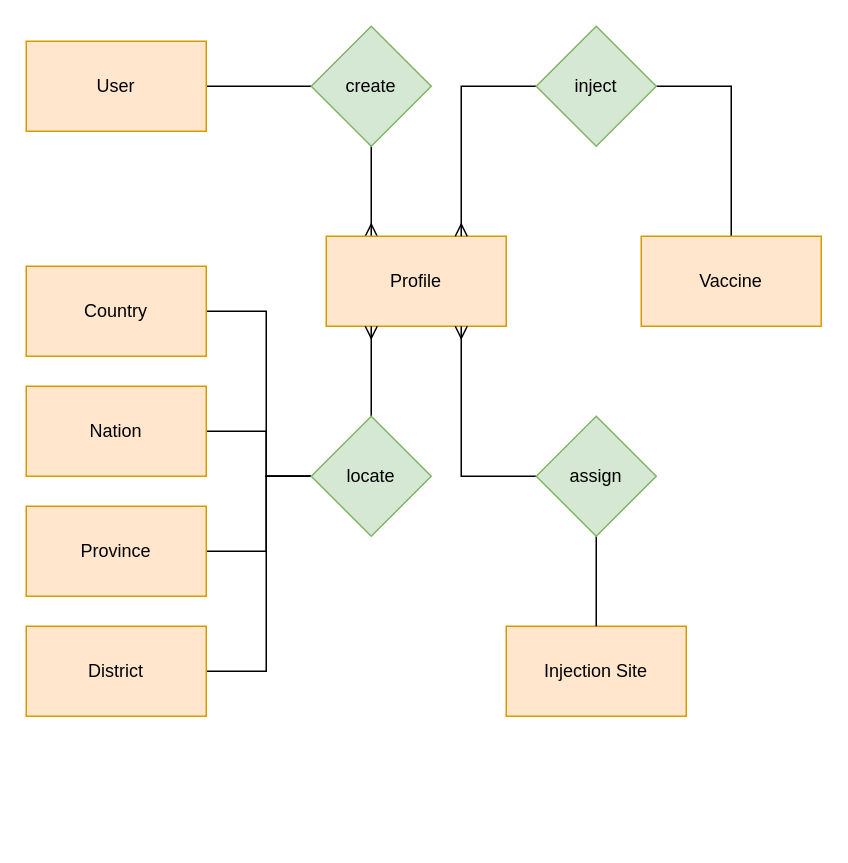
The draw.io diagram page "ERD" (2 of 4) of docs/design.drawio in censodev/aptech_prj600, before the edit. Source tidied: cells renumbered, new cells numbered last; positions are measured from the earlier drawing's top-left corner, leaving out a move shared by most shapes. Both pictures are drawn from the tidied source at 150%, with x=0, y=0 at pixel (26, 26).
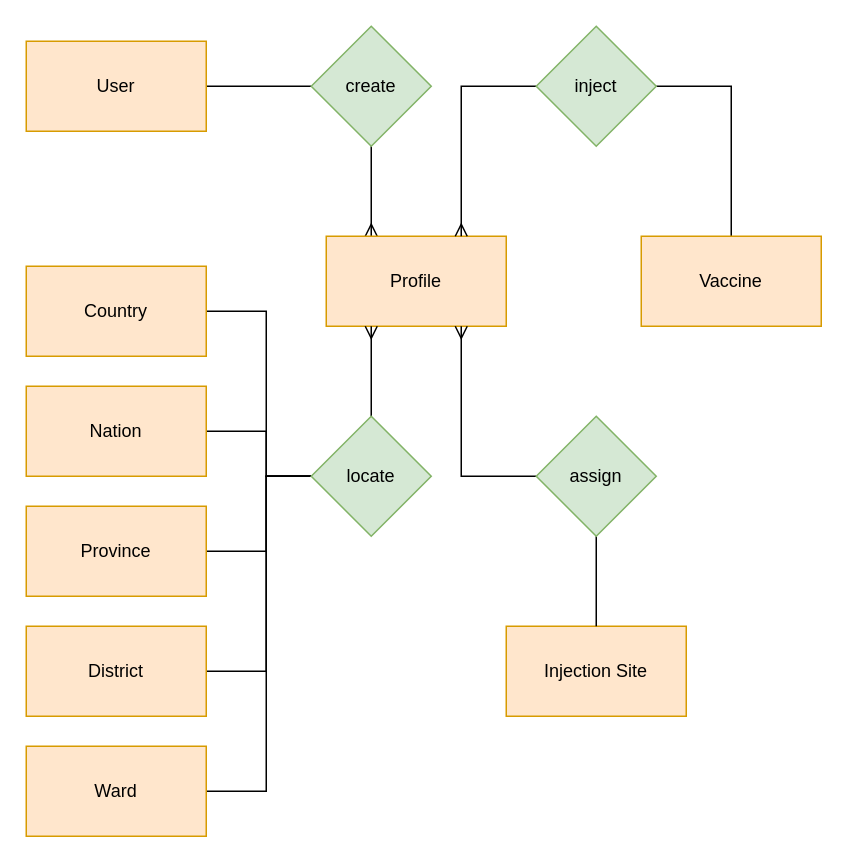
After the change.

The change refers to these unchanged cells:
```xml
<mxCell id="18" value="locate" style="rhombus;whiteSpace=wrap;html=1;fillColor=#d5e8d4;strokeColor=#82b366;" parent="1" vertex="1">
  <mxGeometry x="190" y="260" width="80" height="80" as="geometry" />
</mxCell>
```

Diff of the diagram source:
```diff
@@
+    <mxCell id="25" style="edgeStyle=orthogonalEdgeStyle;rounded=0;jettySize=auto;html=1;exitX=0;exitY=0.5;exitDx=0;exitDy=0;entryX=1;entryY=0.5;entryDx=0;entryDy=0;endArrow=none;endFill=0;" parent="1" edge="1" source="18" target="26">
+      <mxGeometry relative="1" as="geometry">
+        <Array as="points">
+          <mxPoint x="160" y="300" />
+          <mxPoint x="160" y="510" />
+        </Array>
+      </mxGeometry>
+    </mxCell>
@@
+    <mxCell id="26" value="Ward" style="rounded=0;whiteSpace=wrap;html=1;fillColor=#ffe6cc;strokeColor=#d79b00;" parent="1" vertex="1">
+      <mxGeometry y="480" width="120" height="60" as="geometry" />
+    </mxCell>
```
